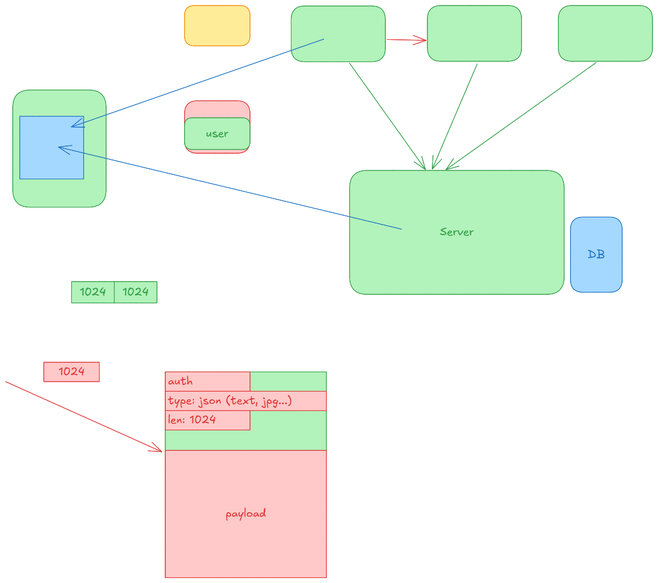
Before: img/3_custom_protocol.excalidraw.png, a diagram exported from Excalidraw (silvercodes/p32_p34_np). Source tidied: one line per element, renumbered; positions are measured from the earlier drawing's top-left corner, leaving out a move shared by most shapes. Its diagram source:
```json
{"id": 0, "type": "rectangle", "strokeColor": "#2f9e44", "backgroundColor": "#b2f2bb", "fillStyle": "solid", "strokeWidth": 1, "roughness": 0, "round": true, "x": 622, "y": 298, "width": 388, "height": 224}
{"id": 1, "type": "text", "text": "Server", "strokeColor": "#2f9e44", "backgroundColor": "#b2f2bb", "fillStyle": "solid", "strokeWidth": 1, "roughness": 0, "fontSize": 20, "fontFamily": 5, "textAlign": "center", "verticalAlign": "middle", "inside": 0, "x": 786, "y": 398, "width": 61, "height": 25}
{"id": 2, "type": "rectangle", "strokeColor": "#2f9e44", "backgroundColor": "#b2f2bb", "fillStyle": "solid", "strokeWidth": 1, "roughness": 0, "round": true, "x": 517, "y": 1, "width": 170, "height": 101}
{"id": 3, "type": "rectangle", "strokeColor": "#2f9e44", "backgroundColor": "#b2f2bb", "fillStyle": "solid", "strokeWidth": 1, "roughness": 0, "round": true, "x": 763, "y": 0, "width": 170, "height": 101}
{"id": 4, "type": "rectangle", "strokeColor": "#2f9e44", "backgroundColor": "#b2f2bb", "fillStyle": "solid", "strokeWidth": 1, "roughness": 0, "round": true, "x": 1000, "y": 0, "width": 170, "height": 101}
{"id": 5, "type": "arrow", "strokeColor": "#2f9e44", "backgroundColor": "#b2f2bb", "fillStyle": "solid", "strokeWidth": 1, "roughness": 0, "endArrowhead": "arrow", "round": true, "from": 2, "to": 0, "x": 622, "y": 104, "width": 137, "height": 192, "points": [[0, 0], [137, 192]]}
{"id": 6, "type": "arrow", "strokeColor": "#2f9e44", "backgroundColor": "#b2f2bb", "fillStyle": "solid", "strokeWidth": 1, "roughness": 0, "endArrowhead": "arrow", "round": true, "from": 3, "to": 0, "x": 853, "y": 105, "width": 81, "height": 190, "points": [[0, 0], [-81, 190]]}
{"id": 7, "type": "arrow", "strokeColor": "#2f9e44", "backgroundColor": "#b2f2bb", "fillStyle": "solid", "strokeWidth": 1, "roughness": 0, "endArrowhead": "arrow", "round": true, "from": 4, "to": 0, "x": 1068, "y": 103, "width": 272, "height": 194, "points": [[0, 0], [-272, 194]]}
{"id": 8, "type": "rectangle", "strokeColor": "#1971c2", "backgroundColor": "#a5d8ff", "fillStyle": "solid", "strokeWidth": 1, "roughness": 0, "round": true, "x": 1022, "y": 382, "width": 94, "height": 136}
{"id": 9, "type": "text", "text": "DB", "strokeColor": "#1971c2", "backgroundColor": "#a5d8ff", "fillStyle": "solid", "strokeWidth": 1, "roughness": 0, "fontSize": 20, "fontFamily": 5, "textAlign": "center", "verticalAlign": "middle", "inside": 8, "x": 1053, "y": 438, "width": 31, "height": 25}
{"id": 10, "type": "rectangle", "strokeColor": "#f08c00", "backgroundColor": "#ffec99", "fillStyle": "solid", "strokeWidth": 1, "roughness": 0, "round": true, "x": 324, "y": 0, "width": 118, "height": 73}
{"id": 11, "type": "rectangle", "strokeColor": "#e03131", "backgroundColor": "#ffc9c9", "fillStyle": "solid", "strokeWidth": 1, "roughness": 0, "round": true, "x": 324, "y": 172, "width": 118, "height": 95}
{"id": 12, "type": "rectangle", "strokeColor": "#2f9e44", "backgroundColor": "#b2f2bb", "fillStyle": "solid", "strokeWidth": 1, "roughness": 0, "round": true, "x": 324, "y": 203, "width": 118, "height": 57}
{"id": 13, "type": "text", "text": "user", "strokeColor": "#2f9e44", "backgroundColor": "#b2f2bb", "fillStyle": "solid", "strokeWidth": 1, "roughness": 0, "fontSize": 20, "fontFamily": 5, "textAlign": "center", "verticalAlign": "middle", "inside": 12, "x": 363, "y": 219, "width": 41, "height": 25}
{"id": 14, "type": "rectangle", "strokeColor": "#2f9e44", "backgroundColor": "#b2f2bb", "fillStyle": "solid", "strokeWidth": 1, "roughness": 0, "round": true, "x": 13, "y": 153, "width": 169, "height": 212}
{"id": 15, "type": "rectangle", "strokeColor": "#2f9e44", "backgroundColor": "#b2f2bb", "fillStyle": "solid", "strokeWidth": 1, "roughness": 0, "x": 119, "y": 499, "width": 77, "height": 39}
{"id": 16, "type": "text", "text": "1024", "strokeColor": "#2f9e44", "backgroundColor": "#b2f2bb", "fillStyle": "solid", "strokeWidth": 1, "roughness": 0, "fontSize": 20, "fontFamily": 5, "textAlign": "center", "verticalAlign": "middle", "inside": 15, "x": 134, "y": 506, "width": 48, "height": 25}
{"id": 17, "type": "rectangle", "strokeColor": "#2f9e44", "backgroundColor": "#b2f2bb", "fillStyle": "solid", "strokeWidth": 1, "roughness": 0, "x": 197, "y": 499, "width": 77, "height": 39}
{"id": 18, "type": "text", "text": "1024", "strokeColor": "#2f9e44", "backgroundColor": "#b2f2bb", "fillStyle": "solid", "strokeWidth": 1, "roughness": 0, "fontSize": 20, "fontFamily": 5, "textAlign": "center", "verticalAlign": "middle", "inside": 17, "x": 211, "y": 506, "width": 48, "height": 25}
{"id": 19, "type": "rectangle", "strokeColor": "#2f9e44", "backgroundColor": "#b2f2bb", "fillStyle": "solid", "strokeWidth": 1, "roughness": 0, "x": 289, "y": 662, "width": 292, "height": 372}
{"id": 20, "type": "rectangle", "strokeColor": "#e03131", "backgroundColor": "#ffc9c9", "fillStyle": "solid", "strokeWidth": 1, "roughness": 0, "x": 289, "y": 804, "width": 292, "height": 230}
{"id": 21, "type": "text", "text": "payload", "strokeColor": "#e03131", "backgroundColor": "#ffc9c9", "fillStyle": "solid", "strokeWidth": 1, "roughness": 0, "fontSize": 20, "fontFamily": 5, "textAlign": "center", "verticalAlign": "middle", "inside": 20, "x": 398, "y": 907, "width": 73, "height": 25}
{"id": 22, "type": "rectangle", "strokeColor": "#e03131", "backgroundColor": "#ffc9c9", "fillStyle": "solid", "strokeWidth": 1, "roughness": 0, "x": 289, "y": 662, "width": 153, "height": 35}
{"id": 23, "type": "text", "text": "auth", "strokeColor": "#e03131", "backgroundColor": "#ffc9c9", "fillStyle": "solid", "strokeWidth": 1, "roughness": 0, "fontSize": 20, "fontFamily": 5, "verticalAlign": "middle", "inside": 22, "x": 294, "y": 667, "width": 45, "height": 25}
{"id": 24, "type": "rectangle", "strokeColor": "#e03131", "backgroundColor": "#ffc9c9", "fillStyle": "solid", "strokeWidth": 1, "roughness": 0, "x": 289, "y": 697, "width": 292, "height": 35}
{"id": 25, "type": "text", "text": "type: json (text, jpg...)", "strokeColor": "#e03131", "backgroundColor": "#ffc9c9", "fillStyle": "solid", "strokeWidth": 1, "roughness": 0, "fontSize": 20, "fontFamily": 5, "verticalAlign": "middle", "inside": 24, "x": 294, "y": 702, "width": 224, "height": 25}
{"id": 26, "type": "rectangle", "strokeColor": "#e03131", "backgroundColor": "#ffc9c9", "fillStyle": "solid", "strokeWidth": 1, "roughness": 0, "x": 289, "y": 732, "width": 153, "height": 35}
{"id": 27, "type": "text", "text": "len: 1024", "strokeColor": "#e03131", "backgroundColor": "#ffc9c9", "fillStyle": "solid", "strokeWidth": 1, "roughness": 0, "fontSize": 20, "fontFamily": 5, "verticalAlign": "middle", "inside": 26, "x": 294, "y": 737, "width": 87, "height": 25}
{"id": 28, "type": "arrow", "strokeColor": "#e03131", "backgroundColor": "#ffc9c9", "fillStyle": "solid", "strokeWidth": 1, "roughness": 0, "endArrowhead": "arrow", "round": true, "to": 20, "x": 0, "y": 680, "width": 283, "height": 127, "points": [[0, 0], [283, 127]]}
{"id": 29, "type": "rectangle", "strokeColor": "#1971c2", "backgroundColor": "#a5d8ff", "fillStyle": "solid", "strokeWidth": 1, "roughness": 0, "x": 26, "y": 200, "width": 116, "height": 113}
{"id": 30, "type": "arrow", "strokeColor": "#1971c2", "backgroundColor": "#a5d8ff", "fillStyle": "solid", "strokeWidth": 1, "roughness": 0, "endArrowhead": "arrow", "round": true, "from": 2, "to": 29, "x": 576, "y": 61, "width": 457, "height": 159, "points": [[0, 0], [-457, 159]]}
{"id": 31, "type": "arrow", "strokeColor": "#1971c2", "backgroundColor": "#a5d8ff", "fillStyle": "solid", "strokeWidth": 1, "roughness": 0, "endArrowhead": "arrow", "round": true, "from": 0, "to": 29, "x": 716, "y": 404, "width": 621, "height": 149, "points": [[0, 0], [-621, -149]]}
```
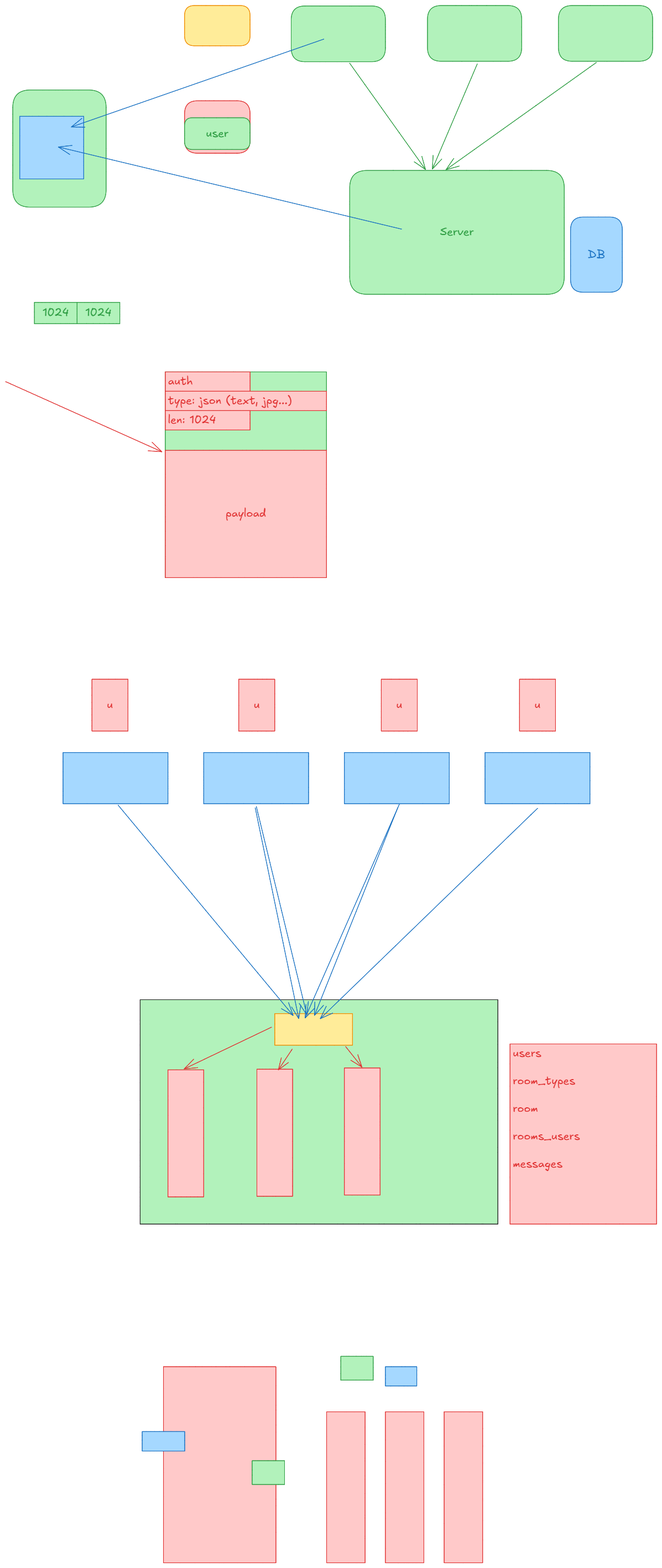
Later version of the same file.

The edit, as a diff of the source:
```diff
@@ -13,10 +13,10 @@
 {"id": 12, "type": "rectangle", "strokeColor": "#2f9e44", "backgroundColor": "#b2f2bb", "fillStyle": "solid", "strokeWidth": 1, "roughness": 0, "round": true, "x": 324, "y": 203, "width": 118, "height": 57}
 {"id": 13, "type": "text", "text": "user", "strokeColor": "#2f9e44", "backgroundColor": "#b2f2bb", "fillStyle": "solid", "strokeWidth": 1, "roughness": 0, "fontSize": 20, "fontFamily": 5, "textAlign": "center", "verticalAlign": "middle", "inside": 12, "x": 363, "y": 219, "width": 41, "height": 25}
 {"id": 14, "type": "rectangle", "strokeColor": "#2f9e44", "backgroundColor": "#b2f2bb", "fillStyle": "solid", "strokeWidth": 1, "roughness": 0, "round": true, "x": 13, "y": 153, "width": 169, "height": 212}
-{"id": 15, "type": "rectangle", "strokeColor": "#2f9e44", "backgroundColor": "#b2f2bb", "fillStyle": "solid", "strokeWidth": 1, "roughness": 0, "x": 119, "y": 499, "width": 77, "height": 39}
+{"id": 15, "type": "rectangle", "strokeColor": "#2f9e44", "backgroundColor": "#b2f2bb", "fillStyle": "solid", "strokeWidth": 1, "roughness": 0, "x": 52, "y": 537, "width": 77, "height": 39}
-{"id": 16, "type": "text", "text": "1024", "strokeColor": "#2f9e44", "backgroundColor": "#b2f2bb", "fillStyle": "solid", "strokeWidth": 1, "roughness": 0, "fontSize": 20, "fontFamily": 5, "textAlign": "center", "verticalAlign": "middle", "inside": 15, "x": 134, "y": 506, "width": 48, "height": 25}
+{"id": 16, "type": "text", "text": "1024", "strokeColor": "#2f9e44", "backgroundColor": "#b2f2bb", "fillStyle": "solid", "strokeWidth": 1, "roughness": 0, "fontSize": 20, "fontFamily": 5, "textAlign": "center", "verticalAlign": "middle", "inside": 15, "x": 67, "y": 543, "width": 48, "height": 25}
-{"id": 17, "type": "rectangle", "strokeColor": "#2f9e44", "backgroundColor": "#b2f2bb", "fillStyle": "solid", "strokeWidth": 1, "roughness": 0, "x": 197, "y": 499, "width": 77, "height": 39}
+{"id": 17, "type": "rectangle", "strokeColor": "#2f9e44", "backgroundColor": "#b2f2bb", "fillStyle": "solid", "strokeWidth": 1, "roughness": 0, "x": 129, "y": 537, "width": 77, "height": 39}
-{"id": 18, "type": "text", "text": "1024", "strokeColor": "#2f9e44", "backgroundColor": "#b2f2bb", "fillStyle": "solid", "strokeWidth": 1, "roughness": 0, "fontSize": 20, "fontFamily": 5, "textAlign": "center", "verticalAlign": "middle", "inside": 17, "x": 211, "y": 506, "width": 48, "height": 25}
+{"id": 18, "type": "text", "text": "1024", "strokeColor": "#2f9e44", "backgroundColor": "#b2f2bb", "fillStyle": "solid", "strokeWidth": 1, "roughness": 0, "fontSize": 20, "fontFamily": 5, "textAlign": "center", "verticalAlign": "middle", "inside": 17, "x": 144, "y": 543, "width": 48, "height": 25}
 {"id": 19, "type": "rectangle", "strokeColor": "#2f9e44", "backgroundColor": "#b2f2bb", "fillStyle": "solid", "strokeWidth": 1, "roughness": 0, "x": 289, "y": 662, "width": 292, "height": 372}
 {"id": 20, "type": "rectangle", "strokeColor": "#e03131", "backgroundColor": "#ffc9c9", "fillStyle": "solid", "strokeWidth": 1, "roughness": 0, "x": 289, "y": 804, "width": 292, "height": 230}
 {"id": 21, "type": "text", "text": "payload", "strokeColor": "#e03131", "backgroundColor": "#ffc9c9", "fillStyle": "solid", "strokeWidth": 1, "roughness": 0, "fontSize": 20, "fontFamily": 5, "textAlign": "center", "verticalAlign": "middle", "inside": 20, "x": 398, "y": 907, "width": 73, "height": 25}
@@ -30,3 +30,32 @@
 {"id": 29, "type": "rectangle", "strokeColor": "#1971c2", "backgroundColor": "#a5d8ff", "fillStyle": "solid", "strokeWidth": 1, "roughness": 0, "x": 26, "y": 200, "width": 116, "height": 113}
 {"id": 30, "type": "arrow", "strokeColor": "#1971c2", "backgroundColor": "#a5d8ff", "fillStyle": "solid", "strokeWidth": 1, "roughness": 0, "endArrowhead": "arrow", "round": true, "from": 2, "to": 29, "x": 576, "y": 61, "width": 457, "height": 159, "points": [[0, 0], [-457, 159]]}
 {"id": 31, "type": "arrow", "strokeColor": "#1971c2", "backgroundColor": "#a5d8ff", "fillStyle": "solid", "strokeWidth": 1, "roughness": 0, "endArrowhead": "arrow", "round": true, "from": 0, "to": 29, "x": 716, "y": 404, "width": 621, "height": 149, "points": [[0, 0], [-621, -149]]}
+{"id": 32, "type": "rectangle", "strokeColor": "#1e1e1e", "backgroundColor": "#b2f2bb", "fillStyle": "solid", "strokeWidth": 1, "roughness": 0, "x": 243, "y": 1797, "width": 647, "height": 406}
+{"id": 33, "type": "rectangle", "strokeColor": "#1971c2", "backgroundColor": "#a5d8ff", "fillStyle": "solid", "strokeWidth": 1, "roughness": 0, "x": 104, "y": 1351, "width": 190, "height": 93}
+{"id": 34, "type": "rectangle", "strokeColor": "#1971c2", "backgroundColor": "#a5d8ff", "fillStyle": "solid", "strokeWidth": 1, "roughness": 0, "x": 358, "y": 1351, "width": 190, "height": 93}
+{"id": 35, "type": "rectangle", "strokeColor": "#1971c2", "backgroundColor": "#a5d8ff", "fillStyle": "solid", "strokeWidth": 1, "roughness": 0, "x": 613, "y": 1351, "width": 190, "height": 93}
+{"id": 36, "type": "rectangle", "strokeColor": "#1971c2", "backgroundColor": "#a5d8ff", "fillStyle": "solid", "strokeWidth": 1, "roughness": 0, "x": 867, "y": 1351, "width": 190, "height": 93}
+{"id": 37, "type": "rectangle", "strokeColor": "#f08c00", "backgroundColor": "#ffec99", "fillStyle": "solid", "strokeWidth": 1, "roughness": 0, "x": 487, "y": 1823, "width": 141, "height": 57}
+{"id": 38, "type": "arrow", "strokeColor": "#1971c2", "backgroundColor": "#a5d8ff", "fillStyle": "solid", "strokeWidth": 1, "roughness": 0, "endArrowhead": "arrow", "round": true, "from": 33, "to": 37, "x": 203, "y": 1445, "width": 317, "height": 381, "points": [[0, 0], [317, 381]]}
+{"id": 39, "type": "rectangle", "strokeColor": "#e03131", "backgroundColor": "#ffc9c9", "fillStyle": "solid", "strokeWidth": 1, "roughness": 0, "x": 156, "y": 1218, "width": 65, "height": 94}
+{"id": 40, "type": "text", "text": "u", "strokeColor": "#e03131", "backgroundColor": "#ffc9c9", "fillStyle": "solid", "strokeWidth": 1, "roughness": 0, "fontSize": 20, "fontFamily": 5, "textAlign": "center", "verticalAlign": "middle", "inside": 39, "x": 183, "y": 1252, "width": 11, "height": 25}
+{"id": 41, "type": "rectangle", "strokeColor": "#e03131", "backgroundColor": "#ffc9c9", "fillStyle": "solid", "strokeWidth": 1, "roughness": 0, "x": 422, "y": 1218, "width": 65, "height": 94}
+{"id": 42, "type": "text", "text": "u", "strokeColor": "#e03131", "backgroundColor": "#ffc9c9", "fillStyle": "solid", "strokeWidth": 1, "roughness": 0, "fontSize": 20, "fontFamily": 5, "textAlign": "center", "verticalAlign": "middle", "inside": 41, "x": 449, "y": 1252, "width": 11, "height": 25}
+{"id": 43, "type": "rectangle", "strokeColor": "#e03131", "backgroundColor": "#ffc9c9", "fillStyle": "solid", "strokeWidth": 1, "roughness": 0, "x": 679, "y": 1218, "width": 65, "height": 94}
+{"id": 44, "type": "text", "text": "u", "strokeColor": "#e03131", "backgroundColor": "#ffc9c9", "fillStyle": "solid", "strokeWidth": 1, "roughness": 0, "fontSize": 20, "fontFamily": 5, "textAlign": "center", "verticalAlign": "middle", "inside": 43, "x": 706, "y": 1252, "width": 11, "height": 25}
+{"id": 45, "type": "rectangle", "strokeColor": "#e03131", "backgroundColor": "#ffc9c9", "fillStyle": "solid", "strokeWidth": 1, "roughness": 0, "x": 929, "y": 1218, "width": 65, "height": 94}
+{"id": 46, "type": "text", "text": "u", "strokeColor": "#e03131", "backgroundColor": "#ffc9c9", "fillStyle": "solid", "strokeWidth": 1, "roughness": 0, "fontSize": 20, "fontFamily": 5, "textAlign": "center", "verticalAlign": "middle", "inside": 45, "x": 956, "y": 1252, "width": 11, "height": 25}
+{"id": 47, "type": "rectangle", "strokeColor": "#e03131", "backgroundColor": "#ffc9c9", "fillStyle": "solid", "strokeWidth": 1, "roughness": 0, "x": 294, "y": 1924, "width": 65, "height": 230}
+{"id": 48, "type": "arrow", "strokeColor": "#e03131", "backgroundColor": "#ffc9c9", "fillStyle": "solid", "strokeWidth": 1, "roughness": 0, "endArrowhead": "arrow", "round": true, "from": 37, "to": 47, "x": 481, "y": 1847, "width": 158, "height": 76, "points": [[0, 0], [-158, 76]]}
+{"id": 49, "type": "arrow", "strokeColor": "#1971c2", "backgroundColor": "#ffc9c9", "fillStyle": "solid", "strokeWidth": 1, "roughness": 0, "endArrowhead": "arrow", "round": true, "from": 34, "to": 37, "x": 453, "y": 1448, "width": 91, "height": 377, "points": [[0, 0], [91, 377]]}
+{"id": 50, "type": "arrow", "strokeColor": "#1971c2", "backgroundColor": "#ffc9c9", "fillStyle": "solid", "strokeWidth": 1, "roughness": 0, "endArrowhead": "arrow", "round": true, "from": 35, "to": 37, "x": 709, "y": 1450, "width": 151, "height": 376, "points": [[0, 0], [-151, 376]]}
+{"id": 51, "type": "rectangle", "strokeColor": "#e03131", "backgroundColor": "#ffc9c9", "fillStyle": "solid", "strokeWidth": 1, "roughness": 0, "x": 454, "y": 1923, "width": 65, "height": 230}
+{"id": 52, "type": "rectangle", "strokeColor": "#e03131", "backgroundColor": "#ffc9c9", "fillStyle": "solid", "strokeWidth": 1, "roughness": 0, "x": 613, "y": 1921, "width": 65, "height": 230}
+{"id": 53, "type": "arrow", "strokeColor": "#e03131", "backgroundColor": "#ffc9c9", "fillStyle": "solid", "strokeWidth": 1, "roughness": 0, "endArrowhead": "arrow", "round": true, "from": 37, "to": 51, "x": 519, "y": 1887, "width": 25, "height": 38, "points": [[0, 0], [-25, 38]]}
+{"id": 54, "type": "arrow", "strokeColor": "#e03131", "backgroundColor": "#ffc9c9", "fillStyle": "solid", "strokeWidth": 1, "roughness": 0, "endArrowhead": "arrow", "round": true, "from": 37, "to": 52, "x": 615, "y": 1882, "width": 30, "height": 37, "points": [[0, 0], [30, 37]]}
+{"id": 55, "type": "rectangle", "strokeColor": "#e03131", "backgroundColor": "#ffc9c9", "fillStyle": "solid", "strokeWidth": 1, "roughness": 0, "x": 912, "y": 1877, "width": 265, "height": 326}
+{"id": 56, "type": "text", "text": "users\n\nroom_types\n\nroom\n\nrooms_users\n\nmessages", "strokeColor": "#e03131", "backgroundColor": "#ffc9c9", "fillStyle": "solid", "strokeWidth": 1, "roughness": 0, "fontSize": 20, "fontFamily": 5, "inside": 55, "x": 917, "y": 1882, "width": 121, "height": 225}
+{"id": 57, "type": "rectangle", "strokeColor": "#e03131", "backgroundColor": "#ffc9c9", "fillStyle": "solid", "strokeWidth": 1, "roughness": 0, "x": 286, "y": 2461, "width": 203, "height": 355}
+{"id": 58, "type": "rectangle", "strokeColor": "#e03131", "backgroundColor": "#ffc9c9", "fillStyle": "solid", "strokeWidth": 1, "roughness": 0, "x": 581, "y": 2543, "width": 70, "height": 273}
+{"id": 59, "type": "rectangle", "strokeColor": "#e03131", "backgroundColor": "#ffc9c9", "fillStyle": "solid", "strokeWidth": 1, "roughness": 0, "x": 687, "y": 2543, "width": 70, "height": 273}
+{"id": 60, "type": "rectangle", "strokeColor": "#e03131", "backgroundColor": "#ffc9c9", "fillStyle": "solid", "strokeWidth": 1, "roughness": 0, "x": 793, "y": 2543, "width": 70, "height": 273}
```
